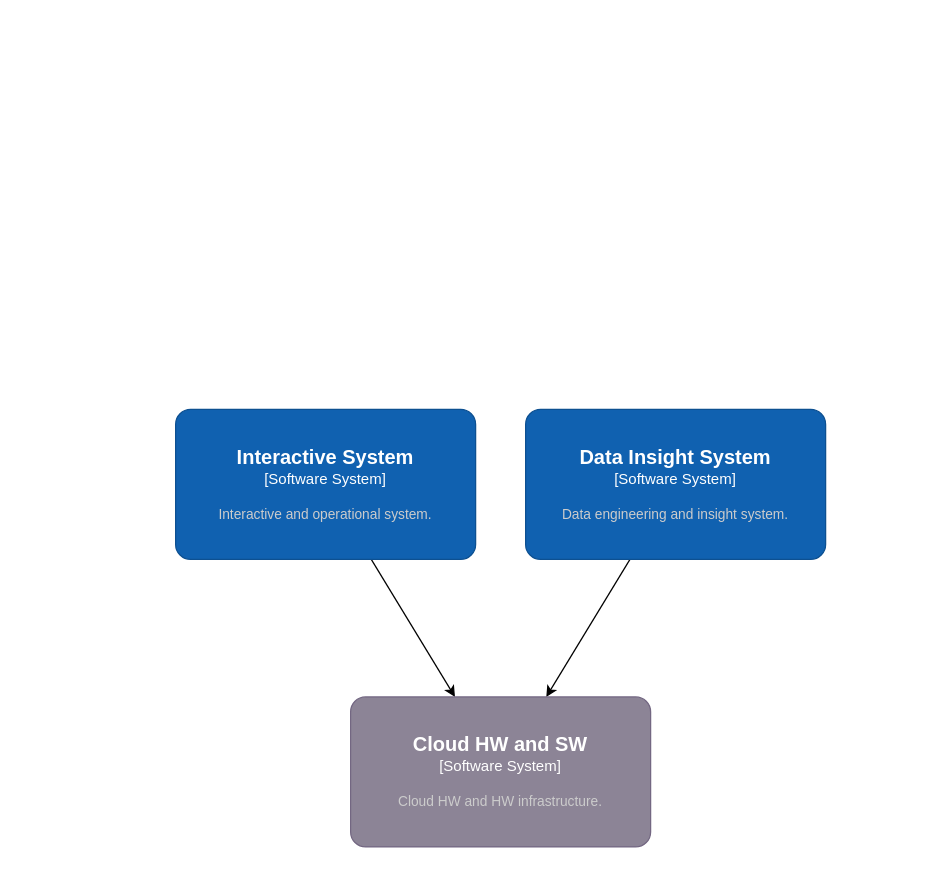
Earlier version of the draw.io diagram page "High Level Structure" (1 of 9) of Lectures/W4153-2024F-1-Introduction-Concepts/sample_application.drawio (donald-f-ferguson/W4153-Cloud-Computing-Base). Source tidied: cells renumbered, new cells numbered last; positions are measured from the earlier drawing's top-left corner, leaving out a move shared by most shapes. Both pictures are drawn from the tidied source at 125%, with x=0, y=0 at pixel (175, 409).
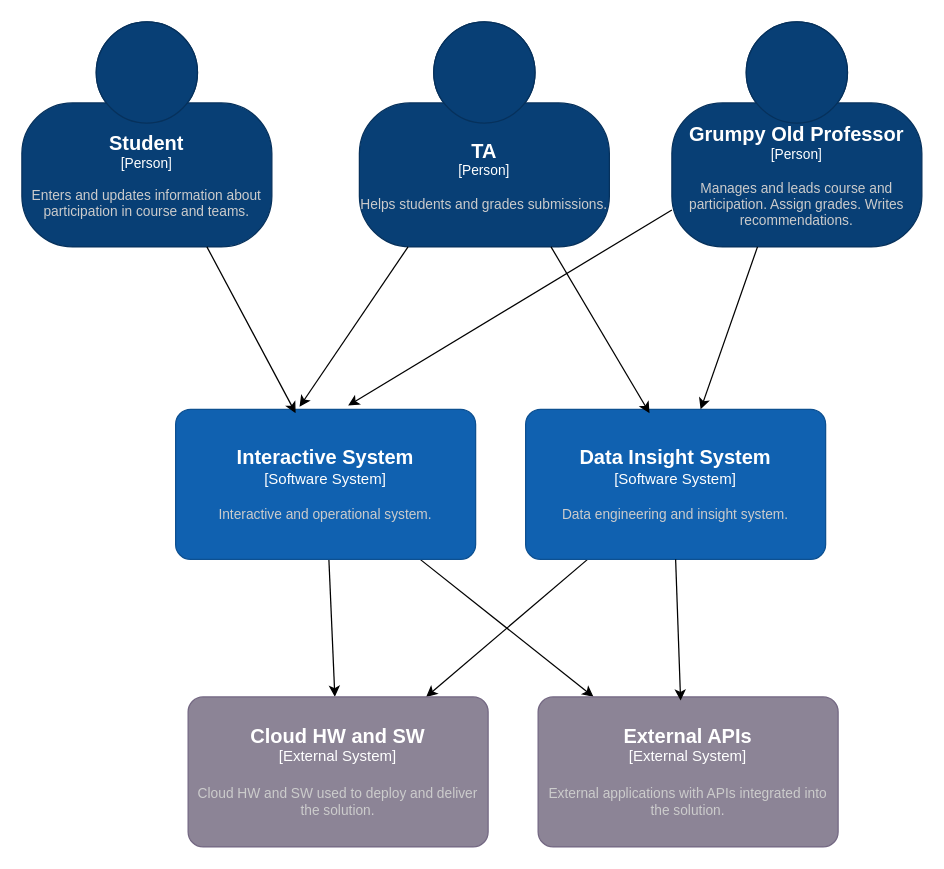
Above is the later version.

Unchanged cells that the change refers to:
```xml
<object id="3" label="&lt;font style=&quot;font-size: 16px&quot;&gt;&lt;b&gt;%c4Name%&lt;/b&gt;&lt;/font&gt;&lt;div&gt;[%c4Type%]&lt;/div&gt;&lt;br&gt;&lt;div&gt;&lt;font style=&quot;font-size: 11px&quot;&gt;&lt;font color=&quot;#cccccc&quot;&gt;%c4Description%&lt;/font&gt;&lt;/div&gt;" c4Description="Interactive and operational system." c4Name="Interactive System" c4Type="Software System" placeholders="1">
  <mxCell style="rounded=1;whiteSpace=wrap;html=1;labelBackgroundColor=none;fillColor=#1061B0;fontColor=#ffffff;align=center;arcSize=10;strokeColor=#0D5091;points=[[0.25,0,0],[0.5,0,0],[0.75,0,0],[1,0.25,0],[1,0.5,0],[1,0.75,0],[0.75,1,0],[0.5,1,0],[0.25,1,0],[0,0.75,0],[0,0.5,0],[0,0.25,0]];" parent="1" vertex="1">
    <mxGeometry width="240" height="120" as="geometry" />
  </mxCell>
</object>
<object id="5" label="&lt;font style=&quot;font-size: 16px&quot;&gt;&lt;b&gt;%c4Name%&lt;/b&gt;&lt;/font&gt;&lt;div&gt;[%c4Type%]&lt;/div&gt;&lt;br&gt;&lt;div&gt;&lt;font style=&quot;font-size: 11px&quot;&gt;&lt;font color=&quot;#cccccc&quot;&gt;%c4Description%&lt;/font&gt;&lt;/div&gt;" c4Description="Data engineering and insight system." c4Name="Data Insight System" c4Type="Software System" placeholders="1">
  <mxCell style="rounded=1;whiteSpace=wrap;html=1;labelBackgroundColor=none;fillColor=#1061B0;fontColor=#ffffff;align=center;arcSize=10;strokeColor=#0D5091;points=[[0.25,0,0],[0.5,0,0],[0.75,0,0],[1,0.25,0],[1,0.5,0],[1,0.75,0],[0.75,1,0],[0.5,1,0],[0.25,1,0],[0,0.75,0],[0,0.5,0],[0,0.25,0]];" parent="1" vertex="1">
    <mxGeometry x="280" width="240" height="120" as="geometry" />
  </mxCell>
</object>
```

Diff of the diagram source:
```diff
@@
+    <mxCell id="7" style="edgeStyle=none;rounded=0;jettySize=auto;html=1;" parent="1" edge="1" source="3" target="16">
+      <mxGeometry relative="1" as="geometry" />
+    </mxCell>
@@
-    <object id="6" label="&lt;font style=&quot;font-size: 16px&quot;&gt;&lt;b&gt;%c4Name%&lt;/b&gt;&lt;/font&gt;&lt;div&gt;[%c4Type%]&lt;/div&gt;&lt;br&gt;&lt;div&gt;&lt;font style=&quot;font-size: 11px&quot;&gt;&lt;font color=&quot;#cccccc&quot;&gt;%c4Description%&lt;/font&gt;&lt;/div&gt;" c4Description="Cloud HW and HW infrastructure." c4Name="Cloud HW and SW" c4Type="Software System" placeholders="1">
+    <object id="6" label="&lt;font style=&quot;font-size: 16px&quot;&gt;&lt;b&gt;%c4Name%&lt;/b&gt;&lt;/font&gt;&lt;div&gt;[%c4Type%]&lt;/div&gt;&lt;br&gt;&lt;div&gt;&lt;font style=&quot;font-size: 11px&quot;&gt;&lt;font color=&quot;#cccccc&quot;&gt;%c4Description%&lt;/font&gt;&lt;/div&gt;" c4Description="Cloud HW and SW used to deploy and deliver the solution." c4Name="Cloud HW and SW" c4Type="External System" placeholders="1">
       <mxCell style="rounded=1;whiteSpace=wrap;html=1;labelBackgroundColor=none;fillColor=#8C8496;fontColor=#ffffff;align=center;arcSize=10;strokeColor=#736782;points=[[0.25,0,0],[0.5,0,0],[0.75,0,0],[1,0.25,0],[1,0.5,0],[1,0.75,0],[0.75,1,0],[0.5,1,0],[0.25,1,0],[0,0.75,0],[0,0.5,0],[0,0.25,0]];" parent="1" vertex="1">
-        <mxGeometry x="140" y="230" width="240" height="120" as="geometry" />
+        <mxGeometry x="10" y="230" width="240" height="120" as="geometry" />
       </mxCell>
     </object>
+    <object id="8" label="&lt;font style=&quot;font-size: 16px&quot;&gt;&lt;b&gt;%c4Name%&lt;/b&gt;&lt;/font&gt;&lt;div&gt;[%c4Type%]&lt;/div&gt;&lt;br&gt;&lt;div&gt;&lt;font style=&quot;font-size: 11px&quot;&gt;&lt;font color=&quot;#cccccc&quot;&gt;%c4Description%&lt;/font&gt;&lt;/div&gt;" c4Description="Enters and updates information about participation in course and teams." c4Name="Student" c4Type="Person" placeholders="1">
+      <mxCell style="html=1;fontSize=11;dashed=0;whiteSpace=wrap;fillColor=#083F75;strokeColor=#06315C;fontColor=#ffffff;shape=mxgraph.c4.person2;align=center;points=[[0.5,0,0],[1,0.5,0],[1,0.75,0],[0.75,1,0],[0.5,1,0],[0.25,1,0],[0,0.75,0],[0,0.5,0]];" parent="1" vertex="1">
+        <mxGeometry x="-123" y="-310" width="200" height="180" as="geometry" />
+      </mxCell>
+    </object>
+    <object id="9" label="&lt;font style=&quot;font-size: 16px&quot;&gt;&lt;b&gt;%c4Name%&lt;/b&gt;&lt;/font&gt;&lt;div&gt;[%c4Type%]&lt;/div&gt;&lt;br&gt;&lt;div&gt;&lt;font style=&quot;font-size: 11px&quot;&gt;&lt;font color=&quot;#cccccc&quot;&gt;%c4Description%&lt;/font&gt;&lt;/div&gt;" c4Description="Helps students and grades submissions." c4Name="TA" c4Type="Person" placeholders="1">
+      <mxCell style="html=1;fontSize=11;dashed=0;whiteSpace=wrap;fillColor=#083F75;strokeColor=#06315C;fontColor=#ffffff;shape=mxgraph.c4.person2;align=center;points=[[0.5,0,0],[1,0.5,0],[1,0.75,0],[0.75,1,0],[0.5,1,0],[0.25,1,0],[0,0.75,0],[0,0.5,0]];" parent="1" vertex="1">
+        <mxGeometry x="147" y="-310" width="200" height="180" as="geometry" />
+      </mxCell>
+    </object>
+    <object id="10" label="&lt;font style=&quot;font-size: 16px&quot;&gt;&lt;b&gt;%c4Name%&lt;/b&gt;&lt;/font&gt;&lt;div&gt;[%c4Type%]&lt;/div&gt;&lt;br&gt;&lt;div&gt;&lt;font style=&quot;font-size: 11px&quot;&gt;&lt;font color=&quot;#cccccc&quot;&gt;%c4Description%&lt;/font&gt;&lt;/div&gt;" c4Description="Manages and leads course and participation. Assign grades. Writes recommendations." c4Name="Grumpy Old Professor" c4Type="Person" placeholders="1">
+      <mxCell style="html=1;fontSize=11;dashed=0;whiteSpace=wrap;fillColor=#083F75;strokeColor=#06315C;fontColor=#ffffff;shape=mxgraph.c4.person2;align=center;points=[[0.5,0,0],[1,0.5,0],[1,0.75,0],[0.75,1,0],[0.5,1,0],[0.25,1,0],[0,0.75,0],[0,0.5,0]];" parent="1" vertex="1">
+        <mxGeometry x="397" y="-310" width="200" height="180" as="geometry" />
+      </mxCell>
+    </object>
+    <mxCell id="11" style="rounded=0;jettySize=auto;html=1;entryX=0.4;entryY=0.025;entryDx=0;entryDy=0;entryPerimeter=0;" parent="1" edge="1" source="8" target="3">
+      <mxGeometry relative="1" as="geometry" />
+    </mxCell>
+    <mxCell id="12" style="edgeStyle=none;rounded=0;jettySize=auto;html=1;entryX=0.413;entryY=-0.017;entryDx=0;entryDy=0;entryPerimeter=0;" parent="1" edge="1" source="9" target="3">
+      <mxGeometry relative="1" as="geometry" />
+    </mxCell>
+    <mxCell id="13" style="edgeStyle=none;rounded=0;jettySize=auto;html=1;entryX=0.413;entryY=0.025;entryDx=0;entryDy=0;entryPerimeter=0;" parent="1" edge="1" source="9" target="5">
+      <mxGeometry relative="1" as="geometry" />
+    </mxCell>
+    <mxCell id="14" style="edgeStyle=none;rounded=0;jettySize=auto;html=1;entryX=0.575;entryY=-0.025;entryDx=0;entryDy=0;entryPerimeter=0;" parent="1" edge="1" source="10" target="3">
+      <mxGeometry relative="1" as="geometry" />
+    </mxCell>
+    <mxCell id="15" style="edgeStyle=none;rounded=0;jettySize=auto;html=1;" parent="1" edge="1" source="10">
+      <mxGeometry relative="1" as="geometry">
+        <mxPoint x="420" as="targetPoint" />
+      </mxGeometry>
+    </mxCell>
+    <object id="16" label="&lt;font style=&quot;font-size: 16px&quot;&gt;&lt;b&gt;%c4Name%&lt;/b&gt;&lt;/font&gt;&lt;div&gt;[%c4Type%]&lt;/div&gt;&lt;br&gt;&lt;div&gt;&lt;font style=&quot;font-size: 11px&quot;&gt;&lt;font color=&quot;#cccccc&quot;&gt;%c4Description%&lt;/font&gt;&lt;/div&gt;" c4Description="External applications with APIs integrated into the solution." c4Name="External APIs" c4Type="External System" placeholders="1">
+      <mxCell style="rounded=1;whiteSpace=wrap;html=1;labelBackgroundColor=none;fillColor=#8C8496;fontColor=#ffffff;align=center;arcSize=10;strokeColor=#736782;points=[[0.25,0,0],[0.5,0,0],[0.75,0,0],[1,0.25,0],[1,0.5,0],[1,0.75,0],[0.75,1,0],[0.5,1,0],[0.25,1,0],[0,0.75,0],[0,0.5,0],[0,0.25,0]];" parent="1" vertex="1">
+        <mxGeometry x="290" y="230" width="240" height="120" as="geometry" />
+      </mxCell>
+    </object>
+    <mxCell id="17" style="edgeStyle=none;rounded=0;jettySize=auto;html=1;exitX=0.5;exitY=1;exitDx=0;exitDy=0;exitPerimeter=0;entryX=0.475;entryY=0.025;entryDx=0;entryDy=0;entryPerimeter=0;" parent="1" edge="1" source="5" target="16">
+      <mxGeometry relative="1" as="geometry" />
+    </mxCell>
```
